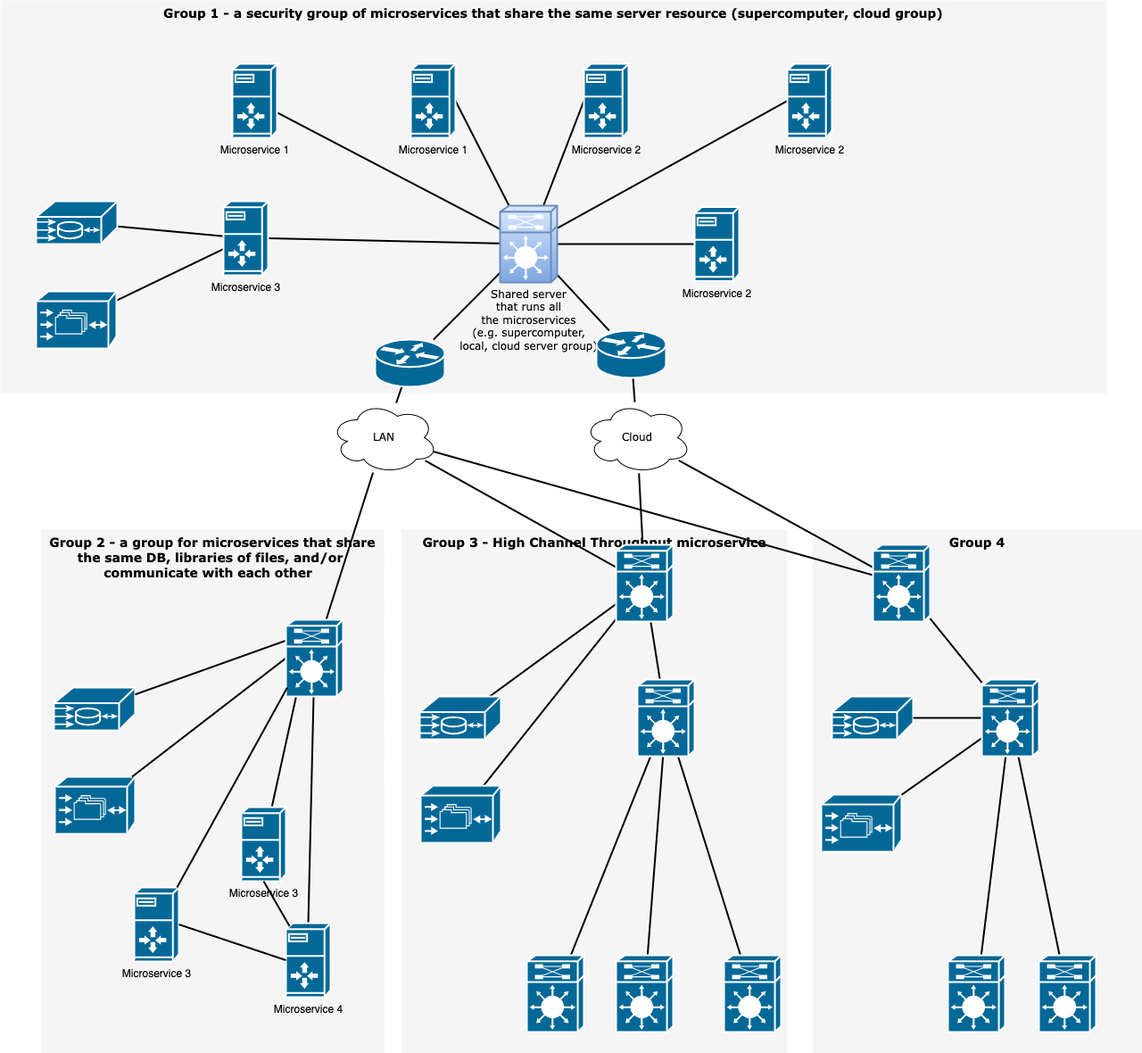
Earlier version of the draw.io export Groups of microservices that share same resource.drawio.png (olexandra-dmytrenko/PetitProjects). Source tidied: cells renumbered, new cells last; positions are measured from the earlier drawing's top-left corner, leaving out a move shared by most shapes.
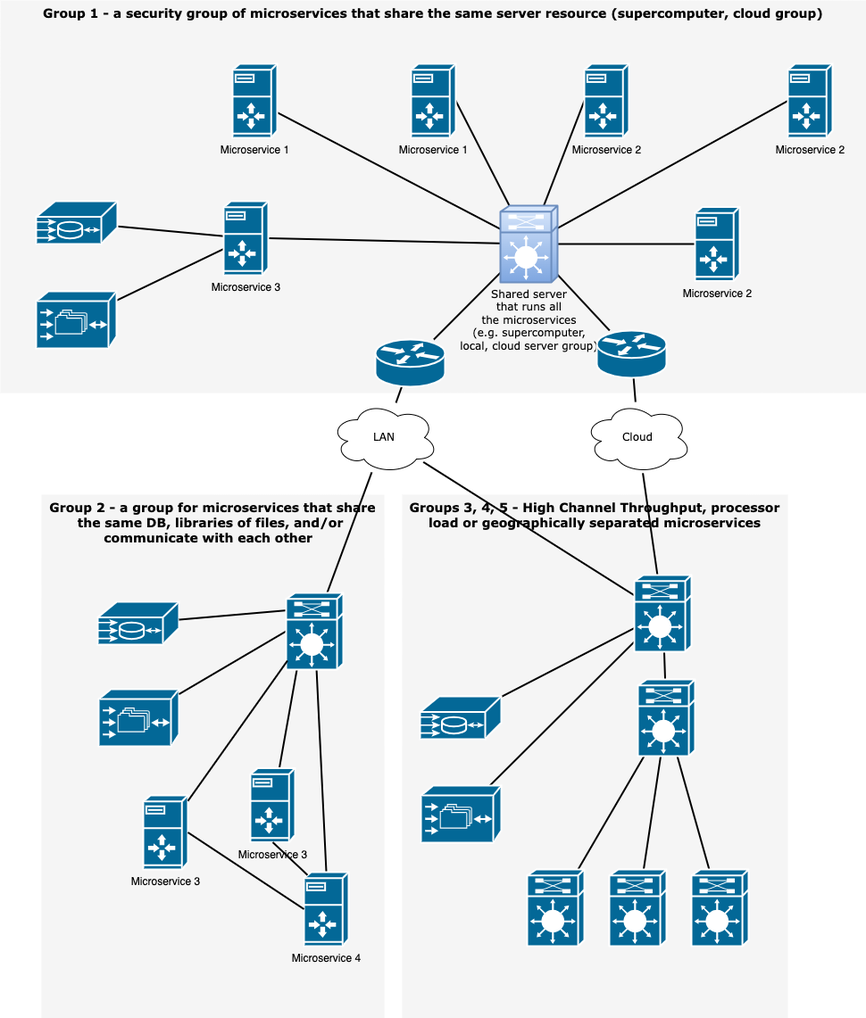
Above is the later version.

What changed in the source:
```diff
@@ -3,16 +3,13 @@
     <mxCell id="0" />
     <mxCell id="1" parent="0" />
     <mxCell id="2" value="Group 1 - a security group of microservices that share the same server resource (supercomputer, cloud group)" style="whiteSpace=wrap;html=1;rounded=0;shadow=0;comic=0;strokeWidth=1;fontFamily=Verdana;fontSize=14;fillColor=#f5f5f5;strokeColor=none;verticalAlign=top;fontStyle=1;" parent="1" vertex="1">
-      <mxGeometry width="1240" height="440" as="geometry" />
+      <mxGeometry width="970" height="440" as="geometry" />
     </mxCell>
-    <mxCell id="3" value="Group 4" style="whiteSpace=wrap;html=1;rounded=0;shadow=0;comic=0;strokeWidth=1;fontFamily=Verdana;fontSize=14;fillColor=#f5f5f5;strokeColor=none;fontStyle=1;verticalAlign=top;" parent="1" vertex="1">
-      <mxGeometry x="910" y="593" width="370" height="587" as="geometry" />
-    </mxCell>
-    <mxCell id="4" value="Group 3 - High Channel Throughput microservice" style="whiteSpace=wrap;html=1;rounded=0;shadow=0;comic=0;strokeWidth=1;fontFamily=Verdana;fontSize=14;fillColor=#f5f5f5;strokeColor=none;fontStyle=1;verticalAlign=top;" parent="1" vertex="1">
-      <mxGeometry x="450" y="593" width="432" height="587" as="geometry" />
+    <mxCell id="4" value="Groups 3, 4, 5 - High Channel Throughput, processor load or geographically separated microservices" style="whiteSpace=wrap;html=1;rounded=0;shadow=0;comic=0;strokeWidth=1;fontFamily=Verdana;fontSize=14;fillColor=#f5f5f5;strokeColor=none;fontStyle=1;verticalAlign=top;" parent="1" vertex="1">
+      <mxGeometry x="450" y="554" width="432" height="587" as="geometry" />
     </mxCell>
     <mxCell id="5" value="Group 2 - a group for microservices that share the same DB, libraries of files, and/or&amp;nbsp;&lt;br&gt;communicate with each other&amp;nbsp;&amp;nbsp;" style="whiteSpace=wrap;html=1;rounded=0;shadow=0;comic=0;strokeWidth=1;fontFamily=Verdana;fontSize=14;fillColor=#f5f5f5;strokeColor=none;fontStyle=1;verticalAlign=top;" parent="1" vertex="1">
-      <mxGeometry x="46" y="593" width="384" height="587" as="geometry" />
+      <mxGeometry x="46" y="554" width="384" height="587" as="geometry" />
     </mxCell>
     <mxCell id="6" style="edgeStyle=none;html=1;labelBackgroundColor=none;startFill=0;endArrow=none;endFill=0;strokeWidth=2;fontFamily=Verdana;fontSize=12;" parent="1" edge="1" source="60" target="14">
       <mxGeometry relative="1" as="geometry" />
@@ -59,18 +56,12 @@
     <mxCell id="20" style="edgeStyle=none;html=1;labelBackgroundColor=none;startFill=0;endArrow=none;endFill=0;strokeWidth=2;fontFamily=Verdana;fontSize=12;" parent="1" edge="1" source="22" target="29">
       <mxGeometry relative="1" as="geometry" />
     </mxCell>
-    <mxCell id="21" style="edgeStyle=none;html=1;labelBackgroundColor=none;startFill=0;endArrow=none;endFill=0;strokeWidth=2;fontFamily=Verdana;fontSize=12;" parent="1" edge="1" source="22" target="31">
-      <mxGeometry relative="1" as="geometry" />
-    </mxCell>
     <mxCell id="22" value="LAN" style="ellipse;shape=cloud;whiteSpace=wrap;html=1;rounded=0;shadow=0;comic=0;strokeWidth=1;fontFamily=Verdana;fontSize=12;" parent="1" vertex="1">
       <mxGeometry x="370" y="450" width="120" height="80" as="geometry" />
     </mxCell>
     <mxCell id="23" style="edgeStyle=none;html=1;labelBackgroundColor=none;startFill=0;endArrow=none;endFill=0;strokeWidth=2;fontFamily=Verdana;fontSize=12;" parent="1" edge="1" source="25" target="29">
       <mxGeometry relative="1" as="geometry" />
     </mxCell>
-    <mxCell id="24" style="edgeStyle=none;html=1;labelBackgroundColor=none;startFill=0;endArrow=none;endFill=0;strokeWidth=2;fontFamily=Verdana;fontSize=12;" parent="1" edge="1" source="25" target="31">
-      <mxGeometry relative="1" as="geometry" />
-    </mxCell>
     <mxCell id="25" value="Cloud" style="ellipse;shape=cloud;whiteSpace=wrap;html=1;rounded=0;shadow=0;comic=0;strokeWidth=1;fontFamily=Verdana;fontSize=12;" parent="1" vertex="1">
       <mxGeometry x="654" y="450" width="120" height="80" as="geometry" />
     </mxCell>
@@ -84,19 +75,13 @@
       <mxGeometry relative="1" as="geometry" />
     </mxCell>
     <mxCell id="29" style="shape=mxgraph.cisco.misc.route_switch_processor;html=1;dashed=0;fillColor=#036897;strokeColor=#ffffff;strokeWidth=2;verticalLabelPosition=bottom;verticalAlign=top;rounded=0;shadow=0;comic=0;fontFamily=Verdana;fontSize=12;" parent="1" vertex="1">
-      <mxGeometry x="690" y="610" width="64" height="86" as="geometry" />
+      <mxGeometry x="710" y="644" width="64" height="86" as="geometry" />
     </mxCell>
-    <mxCell id="30" style="edgeStyle=none;html=1;labelBackgroundColor=none;startFill=0;endArrow=none;endFill=0;strokeWidth=2;fontFamily=Verdana;fontSize=12;" parent="1" edge="1" source="31" target="50">
-      <mxGeometry relative="1" as="geometry" />
-    </mxCell>
-    <mxCell id="31" style="shape=mxgraph.cisco.misc.route_switch_processor;html=1;dashed=0;fillColor=#036897;strokeColor=#ffffff;strokeWidth=2;verticalLabelPosition=bottom;verticalAlign=top;rounded=0;shadow=0;comic=0;fontFamily=Verdana;fontSize=12;" parent="1" vertex="1">
-      <mxGeometry x="978" y="610" width="64" height="86" as="geometry" />
-    </mxCell>
     <mxCell id="32" style="shape=mxgraph.cisco.misc.me1100;html=1;dashed=0;fillColor=#036897;strokeColor=#ffffff;strokeWidth=2;verticalLabelPosition=bottom;verticalAlign=top;rounded=0;shadow=0;comic=0;fontFamily=Verdana;fontSize=12;" parent="1" vertex="1">
-      <mxGeometry x="60" y="770" width="91" height="48" as="geometry" />
+      <mxGeometry x="109" y="674" width="91" height="48" as="geometry" />
     </mxCell>
     <mxCell id="33" style="shape=mxgraph.cisco.storage.cisco_file_engine;html=1;dashed=0;fillColor=#036897;strokeColor=#ffffff;strokeWidth=2;verticalLabelPosition=bottom;verticalAlign=top;rounded=0;shadow=0;comic=0;fontFamily=Verdana;fontSize=12;" parent="1" vertex="1">
-      <mxGeometry x="61" y="870" width="90" height="64" as="geometry" />
+      <mxGeometry x="110" y="772" width="90" height="64" as="geometry" />
     </mxCell>
     <mxCell id="34" style="edgeStyle=none;html=1;labelBackgroundColor=none;startFill=0;endArrow=none;endFill=0;strokeWidth=2;fontFamily=Verdana;fontSize=12;exitX=0.211;exitY=0.215;exitDx=0;exitDy=0;exitPerimeter=0;" parent="1" edge="1" source="67" target="32">
       <mxGeometry relative="1" as="geometry" />
@@ -128,42 +113,15 @@
     <mxCell id="43" style="shape=mxgraph.cisco.misc.route_switch_processor;html=1;dashed=0;fillColor=#036897;strokeColor=#ffffff;strokeWidth=2;verticalLabelPosition=bottom;verticalAlign=top;rounded=0;shadow=0;comic=0;fontFamily=Verdana;fontSize=12;" parent="1" vertex="1">
       <mxGeometry x="714" y="761" width="64" height="86" as="geometry" />
     </mxCell>
-    <mxCell id="44" style="shape=mxgraph.cisco.misc.me1100;html=1;dashed=0;fillColor=#036897;strokeColor=#ffffff;strokeWidth=2;verticalLabelPosition=bottom;verticalAlign=top;rounded=0;shadow=0;comic=0;fontFamily=Verdana;fontSize=12;" parent="1" vertex="1">
-      <mxGeometry x="932" y="780" width="91" height="48" as="geometry" />
-    </mxCell>
-    <mxCell id="45" style="shape=mxgraph.cisco.storage.cisco_file_engine;html=1;dashed=0;fillColor=#036897;strokeColor=#ffffff;strokeWidth=2;verticalLabelPosition=bottom;verticalAlign=top;rounded=0;shadow=0;comic=0;fontFamily=Verdana;fontSize=12;" parent="1" vertex="1">
-      <mxGeometry x="920" y="890" width="90" height="64" as="geometry" />
-    </mxCell>
-    <mxCell id="46" style="edgeStyle=none;html=1;labelBackgroundColor=none;startFill=0;endArrow=none;endFill=0;strokeWidth=2;fontFamily=Verdana;fontSize=12;" parent="1" edge="1" source="50" target="44">
-      <mxGeometry relative="1" as="geometry" />
-    </mxCell>
-    <mxCell id="47" style="edgeStyle=none;html=1;labelBackgroundColor=none;startFill=0;endArrow=none;endFill=0;strokeWidth=2;fontFamily=Verdana;fontSize=12;" parent="1" edge="1" source="50" target="45">
-      <mxGeometry relative="1" as="geometry" />
-    </mxCell>
-    <mxCell id="48" style="edgeStyle=none;html=1;labelBackgroundColor=none;startFill=0;endArrow=none;endFill=0;strokeWidth=2;fontFamily=Verdana;fontSize=12;" parent="1" edge="1" source="50" target="55">
-      <mxGeometry relative="1" as="geometry" />
-    </mxCell>
-    <mxCell id="49" style="edgeStyle=none;html=1;labelBackgroundColor=none;startFill=0;endArrow=none;endFill=0;strokeWidth=2;fontFamily=Verdana;fontSize=12;" parent="1" edge="1" source="50" target="54">
-      <mxGeometry relative="1" as="geometry" />
-    </mxCell>
-    <mxCell id="50" style="shape=mxgraph.cisco.misc.route_switch_processor;html=1;dashed=0;fillColor=#036897;strokeColor=#ffffff;strokeWidth=2;verticalLabelPosition=bottom;verticalAlign=top;rounded=0;shadow=0;comic=0;fontFamily=Verdana;fontSize=12;" parent="1" vertex="1">
-      <mxGeometry x="1100" y="761" width="64" height="86" as="geometry" />
-    </mxCell>
     <mxCell id="51" style="shape=mxgraph.cisco.misc.route_switch_processor;html=1;dashed=0;fillColor=#036897;strokeColor=#ffffff;strokeWidth=2;verticalLabelPosition=bottom;verticalAlign=top;rounded=0;shadow=0;comic=0;fontFamily=Verdana;fontSize=12;" parent="1" vertex="1">
-      <mxGeometry x="590" y="1070" width="64" height="86" as="geometry" />
+      <mxGeometry x="590" y="974" width="64" height="86" as="geometry" />
     </mxCell>
     <mxCell id="52" style="shape=mxgraph.cisco.misc.route_switch_processor;html=1;dashed=0;fillColor=#036897;strokeColor=#ffffff;strokeWidth=2;verticalLabelPosition=bottom;verticalAlign=top;rounded=0;shadow=0;comic=0;fontFamily=Verdana;fontSize=12;" parent="1" vertex="1">
-      <mxGeometry x="690" y="1070" width="64" height="86" as="geometry" />
+      <mxGeometry x="682" y="974" width="64" height="86" as="geometry" />
     </mxCell>
     <mxCell id="53" style="shape=mxgraph.cisco.misc.route_switch_processor;html=1;dashed=0;fillColor=#036897;strokeColor=#ffffff;strokeWidth=2;verticalLabelPosition=bottom;verticalAlign=top;rounded=0;shadow=0;comic=0;fontFamily=Verdana;fontSize=12;" parent="1" vertex="1">
-      <mxGeometry x="811" y="1070" width="64" height="86" as="geometry" />
+      <mxGeometry x="774" y="974" width="64" height="86" as="geometry" />
     </mxCell>
-    <mxCell id="54" style="shape=mxgraph.cisco.misc.route_switch_processor;html=1;dashed=0;fillColor=#036897;strokeColor=#ffffff;strokeWidth=2;verticalLabelPosition=bottom;verticalAlign=top;rounded=0;shadow=0;comic=0;fontFamily=Verdana;fontSize=12;" parent="1" vertex="1">
-      <mxGeometry x="1062" y="1070" width="64" height="86" as="geometry" />
-    </mxCell>
-    <mxCell id="55" style="shape=mxgraph.cisco.misc.route_switch_processor;html=1;dashed=0;fillColor=#036897;strokeColor=#ffffff;strokeWidth=2;verticalLabelPosition=bottom;verticalAlign=top;rounded=0;shadow=0;comic=0;fontFamily=Verdana;fontSize=12;" parent="1" vertex="1">
-      <mxGeometry x="1164" y="1070" width="64" height="86" as="geometry" />
-    </mxCell>
     <mxCell id="56" style="edgeStyle=none;html=1;labelBackgroundColor=none;startFill=0;endArrow=none;endFill=0;strokeWidth=2;fontFamily=Verdana;fontSize=12;" parent="1" edge="1" source="57" target="22">
       <mxGeometry relative="1" as="geometry" />
     </mxCell>
@@ -192,16 +150,16 @@
       <mxGeometry x="778" y="231.5" width="50" height="83" as="geometry" />
     </mxCell>
     <mxCell id="65" value="Microservice 3" style="shape=mxgraph.cisco.servers.server_with_router;sketch=0;html=1;dashed=0;fillColor=#036897;strokeColor=#ffffff;strokeWidth=2;verticalLabelPosition=bottom;verticalAlign=top;align=center;outlineConnect=0;" parent="1" vertex="1">
-      <mxGeometry x="270" y="904" width="50" height="83" as="geometry" />
+      <mxGeometry x="280" y="860.5" width="50" height="83" as="geometry" />
     </mxCell>
     <mxCell id="66" value="Microservice 4" style="shape=mxgraph.cisco.servers.server_with_router;sketch=0;html=1;dashed=0;fillColor=#036897;strokeColor=#ffffff;strokeWidth=2;verticalLabelPosition=bottom;verticalAlign=top;align=center;outlineConnect=0;" parent="1" vertex="1">
-      <mxGeometry x="320" y="1034" width="50" height="83" as="geometry" />
+      <mxGeometry x="340" y="977" width="50" height="83" as="geometry" />
     </mxCell>
     <mxCell id="67" style="shape=mxgraph.cisco.misc.route_switch_processor;html=1;dashed=0;fillColor=#036897;strokeColor=#ffffff;strokeWidth=2;verticalLabelPosition=bottom;verticalAlign=top;rounded=0;shadow=0;comic=0;fontFamily=Verdana;fontSize=12;" parent="1" vertex="1">
-      <mxGeometry x="320" y="694" width="64" height="86" as="geometry" />
+      <mxGeometry x="320" y="664" width="64" height="86" as="geometry" />
     </mxCell>
     <mxCell id="68" value="Microservice 3" style="shape=mxgraph.cisco.servers.server_with_router;sketch=0;html=1;dashed=0;fillColor=#036897;strokeColor=#ffffff;strokeWidth=2;verticalLabelPosition=bottom;verticalAlign=top;align=center;outlineConnect=0;" parent="1" vertex="1">
-      <mxGeometry x="150" y="994" width="50" height="83" as="geometry" />
+      <mxGeometry x="160" y="891" width="50" height="83" as="geometry" />
     </mxCell>
     <mxCell id="69" style="edgeStyle=none;html=1;labelBackgroundColor=none;startFill=0;endArrow=none;endFill=0;strokeWidth=2;fontFamily=Verdana;fontSize=12;exitX=0.023;exitY=0.884;exitDx=0;exitDy=0;exitPerimeter=0;" parent="1" edge="1" source="67" target="68">
       <mxGeometry relative="1" as="geometry" />
```
